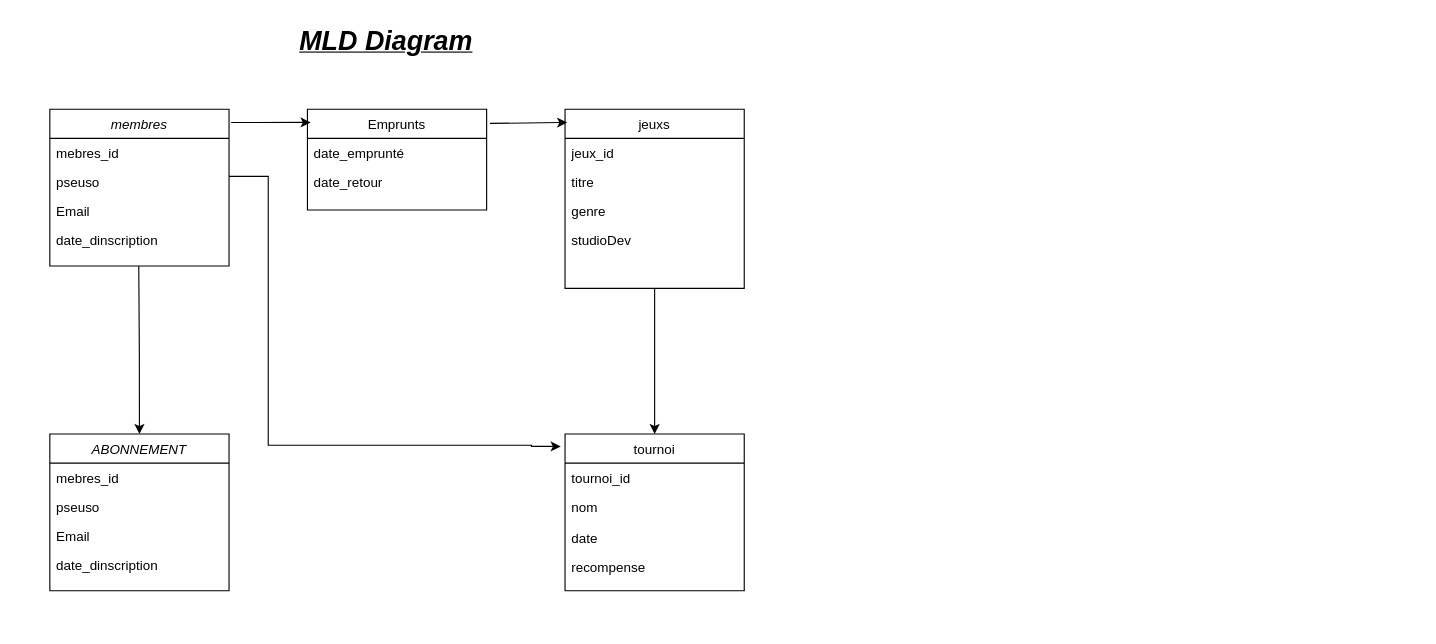
Above: Untitled Diagram.drawio in hamza-saaf/Brief_7_Gestion_Club_de_Jeux_Vid-o (draw.io), before the change. Source tidied: cells renumbered, new cells numbered last; positions are measured from the earlier drawing's top-left corner, leaving out a move shared by most shapes. Both pictures are drawn from the tidied source at 112%, with x=0, y=0 at pixel (49, 19).
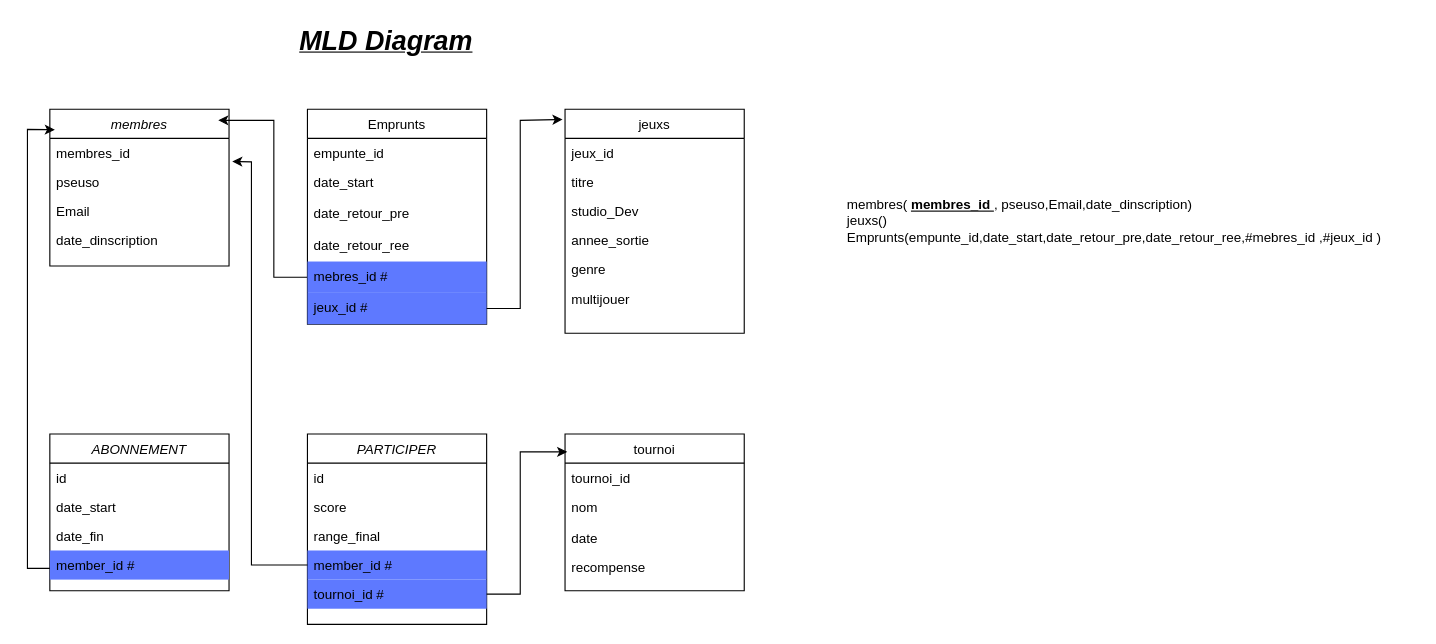
Above is the later version.

Unchanged cells that the change refers to:
```xml
<mxCell id="2" value="membres" style="swimlane;fontStyle=2;align=center;verticalAlign=top;horizontal=1;startSize=26;rounded=0;shadow=0;strokeWidth=1;" parent="1" vertex="1">
  <mxGeometry y="80" width="160" height="140" as="geometry" />
</mxCell>
<mxCell id="4" value="pseuso" style="text;align=left;verticalAlign=top;spacingLeft=4;spacingRight=4;overflow=hidden;points=[[0,0.5],[1,0.5]];portConstraint=eastwest;rounded=0;shadow=0;html=0;" parent="2" vertex="1">
  <mxGeometry y="52" width="160" height="26" as="geometry" />
</mxCell>
<mxCell id="7" value="tournoi" style="swimlane;fontStyle=0;align=center;verticalAlign=top;horizontal=1;startSize=26;rounded=0;shadow=0;strokeWidth=1;" parent="1" vertex="1">
  <mxGeometry x="460" y="370" width="160" height="140" as="geometry" />
</mxCell>
<mxCell id="21" value="ABONNEMENT" style="swimlane;fontStyle=2;align=center;verticalAlign=top;horizontal=1;startSize=26;rounded=0;shadow=0;strokeWidth=1;" parent="1" vertex="1">
  <mxGeometry y="370" width="160" height="140" as="geometry" />
</mxCell>
```

The edit, as a diff of the source:
```diff
@@
-    <mxCell id="3" value="mebres_id&#10;" style="text;align=left;verticalAlign=top;spacingLeft=4;spacingRight=4;overflow=hidden;" parent="2" vertex="1">
+    <mxCell id="3" value="membres_id " style="text;align=left;verticalAlign=top;spacingLeft=4;spacingRight=4;overflow=hidden;" parent="2" vertex="1">
       <mxGeometry y="26" width="160" height="26" as="geometry" />
     </mxCell>
@@
-    <mxCell id="12" style="edgeStyle=orthogonalEdgeStyle;rounded=0;jettySize=auto;html=1;exitX=0.5;exitY=1;exitDx=0;exitDy=0;entryX=0.5;entryY=0;entryDx=0;entryDy=0;" parent="1" edge="1" source="13" target="7">
-      <mxGeometry relative="1" as="geometry" />
-    </mxCell>
     <mxCell id="13" value="jeuxs" style="swimlane;fontStyle=0;align=center;verticalAlign=top;horizontal=1;startSize=26;rounded=0;shadow=0;strokeWidth=1;" parent="1" vertex="1">
-      <mxGeometry x="460" y="80" width="160" height="160" as="geometry" />
+      <mxGeometry x="460" y="80" width="160" height="200" as="geometry" />
     </mxCell>
@@
+    <mxCell id="17" value="studio_Dev" style="text;align=left;verticalAlign=top;spacingLeft=4;spacingRight=4;overflow=hidden;rounded=0;shadow=0;html=0;" parent="13" vertex="1">
+      <mxGeometry y="78" width="160" height="26" as="geometry" />
+    </mxCell>
+    <mxCell id="31" value="annee_sortie" style="text;align=left;verticalAlign=top;spacingLeft=4;spacingRight=4;overflow=hidden;rounded=0;shadow=0;html=0;" parent="13" vertex="1">
+      <mxGeometry y="104" width="160" height="26" as="geometry" />
+    </mxCell>
     <mxCell id="16" value="genre" style="text;align=left;verticalAlign=top;spacingLeft=4;spacingRight=4;overflow=hidden;rounded=0;shadow=0;html=0;" parent="13" vertex="1">
-      <mxGeometry y="78" width="160" height="26" as="geometry" />
+      <mxGeometry y="130" width="160" height="26" as="geometry" />
     </mxCell>
-    <mxCell id="17" value="studioDev" style="text;align=left;verticalAlign=top;spacingLeft=4;spacingRight=4;overflow=hidden;rounded=0;shadow=0;html=0;" parent="13" vertex="1">
-      <mxGeometry y="104" width="160" height="26" as="geometry" />
-    </mxCell>
+    <mxCell id="32" value="multijouer" style="text;align=left;verticalAlign=top;spacingLeft=4;spacingRight=4;overflow=hidden;rounded=0;shadow=0;html=0;" parent="13" vertex="1">
+      <mxGeometry y="156" width="160" height="26" as="geometry" />
+    </mxCell>
+    <mxCell id="33" style="edgeStyle=none;rounded=0;jettySize=auto;html=1;exitX=0;exitY=0.5;exitDx=0;exitDy=0;entryX=0.94;entryY=0.071;entryDx=0;entryDy=0;entryPerimeter=0;" parent="1" edge="1" source="36" target="2">
+      <mxGeometry relative="1" as="geometry">
+        <Array as="points">
+          <mxPoint x="200" y="230" />
+          <mxPoint x="200" y="90" />
+        </Array>
+      </mxGeometry>
+    </mxCell>
     <mxCell id="18" value="Emprunts" style="swimlane;fontStyle=0;align=center;verticalAlign=top;horizontal=1;startSize=26;rounded=0;shadow=0;strokeWidth=1;" parent="1" vertex="1">
-      <mxGeometry x="230" y="80" width="160" height="90" as="geometry" />
+      <mxGeometry x="230" y="80" width="160" height="192" as="geometry" />
     </mxCell>
-    <mxCell id="19" value="date_emprunté " style="text;align=left;verticalAlign=top;spacingLeft=4;spacingRight=4;overflow=hidden;" parent="18" vertex="1">
+    <mxCell id="19" value="empunte_id" style="text;align=left;verticalAlign=top;spacingLeft=4;spacingRight=4;overflow=hidden;" parent="18" vertex="1">
       <mxGeometry y="26" width="160" height="26" as="geometry" />
     </mxCell>
-    <mxCell id="20" value="date_retour" style="text;align=left;verticalAlign=top;spacingLeft=4;spacingRight=4;overflow=hidden;rounded=0;shadow=0;html=0;" parent="18" vertex="1">
+    <mxCell id="20" value="date_start" style="text;align=left;verticalAlign=top;spacingLeft=4;spacingRight=4;overflow=hidden;rounded=0;shadow=0;html=0;" parent="18" vertex="1">
       <mxGeometry y="52" width="160" height="28" as="geometry" />
     </mxCell>
+    <mxCell id="34" value="date_retour_pre" style="text;align=left;verticalAlign=top;spacingLeft=4;spacingRight=4;overflow=hidden;rounded=0;shadow=0;html=0;" parent="18" vertex="1">
+      <mxGeometry y="80" width="160" height="28" as="geometry" />
+    </mxCell>
+    <mxCell id="35" value="date_retour_ree" style="text;align=left;verticalAlign=top;spacingLeft=4;spacingRight=4;overflow=hidden;rounded=0;shadow=0;html=0;" parent="18" vertex="1">
+      <mxGeometry y="108" width="160" height="28" as="geometry" />
+    </mxCell>
+    <mxCell id="36" value="mebres_id #" style="text;align=left;verticalAlign=top;spacingLeft=4;spacingRight=4;overflow=hidden;points=[[0,0.5],[1,0.5]];portConstraint=eastwest;rounded=0;shadow=0;html=0;fillColor=#5E79FF;" parent="18" vertex="1">
+      <mxGeometry y="136" width="160" height="28" as="geometry" />
+    </mxCell>
+    <mxCell id="37" value="jeux_id #" style="text;align=left;verticalAlign=top;spacingLeft=4;spacingRight=4;overflow=hidden;points=[[0,0.5],[1,0.5]];portConstraint=eastwest;rounded=0;shadow=0;html=0;fillColor=#5E79FF;" parent="18" vertex="1">
+      <mxGeometry y="164" width="160" height="28" as="geometry" />
+    </mxCell>
@@
-    <mxCell id="22" value="mebres_id&#10;" style="text;align=left;verticalAlign=top;spacingLeft=4;spacingRight=4;overflow=hidden;" parent="21" vertex="1">
+    <mxCell id="22" value="id&#10;" style="text;align=left;verticalAlign=top;spacingLeft=4;spacingRight=4;overflow=hidden;" parent="21" vertex="1">
       <mxGeometry y="26" width="160" height="26" as="geometry" />
     </mxCell>
-    <mxCell id="23" value="pseuso" style="text;align=left;verticalAlign=top;spacingLeft=4;spacingRight=4;overflow=hidden;rounded=0;shadow=0;html=0;" parent="21" vertex="1">
+    <mxCell id="23" value="date_start" style="text;align=left;verticalAlign=top;spacingLeft=4;spacingRight=4;overflow=hidden;rounded=0;shadow=0;html=0;" parent="21" vertex="1">
       <mxGeometry y="52" width="160" height="26" as="geometry" />
     </mxCell>
-    <mxCell id="24" value="Email" style="text;align=left;verticalAlign=top;spacingLeft=4;spacingRight=4;overflow=hidden;rounded=0;shadow=0;html=0;" parent="21" vertex="1">
+    <mxCell id="24" value="date_fin" style="text;align=left;verticalAlign=top;spacingLeft=4;spacingRight=4;overflow=hidden;rounded=0;shadow=0;html=0;" parent="21" vertex="1">
       <mxGeometry y="78" width="160" height="26" as="geometry" />
     </mxCell>
-    <mxCell id="25" value="date_dinscription" style="text;align=left;verticalAlign=top;spacingLeft=4;spacingRight=4;overflow=hidden;rounded=0;shadow=0;html=0;" parent="21" vertex="1">
-      <mxGeometry y="104" width="160" height="24" as="geometry" />
+    <mxCell id="25" value="member_id #" style="text;align=left;verticalAlign=top;spacingLeft=4;spacingRight=4;overflow=hidden;rounded=0;shadow=0;html=0;fillColor=#5E79FF;" parent="21" vertex="1">
+      <mxGeometry y="104" width="160" height="26" as="geometry" />
     </mxCell>
-    <mxCell id="26" style="edgeStyle=orthogonalEdgeStyle;rounded=0;jettySize=auto;html=1;exitX=0.5;exitY=1;exitDx=0;exitDy=0;entryX=0.5;entryY=0;entryDx=0;entryDy=0;" parent="1" edge="1" target="21">
-      <mxGeometry relative="1" as="geometry">
-        <mxPoint x="79.4" y="220" as="sourcePoint" />
-      </mxGeometry>
-    </mxCell>
-    <mxCell id="27" style="edgeStyle=orthogonalEdgeStyle;rounded=0;jettySize=auto;html=1;entryX=-0.024;entryY=0.079;entryDx=0;entryDy=0;entryPerimeter=0;" parent="1" edge="1" target="7">
-      <mxGeometry relative="1" as="geometry">
-        <mxPoint x="160" y="140" as="sourcePoint" />
-        <Array as="points">
-          <mxPoint x="195" y="140" />
-          <mxPoint x="195" y="380" />
-          <mxPoint x="430" y="380" />
-        </Array>
-      </mxGeometry>
-    </mxCell>
-    <mxCell id="28" style="edgeStyle=none;rounded=0;jettySize=auto;html=1;exitX=1.012;exitY=0.085;exitDx=0;exitDy=0;exitPerimeter=0;entryX=0.018;entryY=0.131;entryDx=0;entryDy=0;entryPerimeter=0;" parent="1" edge="1" source="2" target="18">
-      <mxGeometry relative="1" as="geometry" />
-    </mxCell>
-    <mxCell id="29" style="edgeStyle=none;rounded=0;jettySize=auto;html=1;exitX=1.018;exitY=0.141;exitDx=0;exitDy=0;exitPerimeter=0;entryX=0.012;entryY=0.074;entryDx=0;entryDy=0;entryPerimeter=0;" parent="1" edge="1" source="18" target="13">
-      <mxGeometry relative="1" as="geometry" />
-    </mxCell>
@@
+    <mxCell id="38" value="PARTICIPER" style="swimlane;fontStyle=2;align=center;verticalAlign=top;horizontal=1;startSize=26;rounded=0;shadow=0;strokeWidth=1;" parent="1" vertex="1">
+      <mxGeometry x="230" y="370" width="160" height="170" as="geometry" />
+    </mxCell>
+    <mxCell id="39" value="id&#10;" style="text;align=left;verticalAlign=top;spacingLeft=4;spacingRight=4;overflow=hidden;" parent="38" vertex="1">
+      <mxGeometry y="26" width="160" height="26" as="geometry" />
+    </mxCell>
+    <mxCell id="40" value="score " style="text;align=left;verticalAlign=top;spacingLeft=4;spacingRight=4;overflow=hidden;rounded=0;shadow=0;html=0;" parent="38" vertex="1">
+      <mxGeometry y="52" width="160" height="26" as="geometry" />
+    </mxCell>
+    <mxCell id="41" value="range_final" style="text;align=left;verticalAlign=top;spacingLeft=4;spacingRight=4;overflow=hidden;rounded=0;shadow=0;html=0;" parent="38" vertex="1">
+      <mxGeometry y="78" width="160" height="26" as="geometry" />
+    </mxCell>
+    <mxCell id="42" value="member_id #" style="text;align=left;verticalAlign=top;spacingLeft=4;spacingRight=4;overflow=hidden;points=[[0,0.5],[1,0.5]];portConstraint=eastwest;rounded=0;shadow=0;html=0;fillColor=#5E79FF;" parent="38" vertex="1">
+      <mxGeometry y="104" width="160" height="26" as="geometry" />
+    </mxCell>
+    <mxCell id="43" value="tournoi_id #" style="text;align=left;verticalAlign=top;spacingLeft=4;spacingRight=4;overflow=hidden;points=[[0,0.5],[1,0.5]];portConstraint=eastwest;rounded=0;shadow=0;html=0;fillColor=#5E79FF;" parent="38" vertex="1">
+      <mxGeometry y="130" width="160" height="26" as="geometry" />
+    </mxCell>
+    <mxCell id="44" style="edgeStyle=none;rounded=0;jettySize=auto;html=1;entryX=0.012;entryY=0.114;entryDx=0;entryDy=0;entryPerimeter=0;exitX=1;exitY=0.5;exitDx=0;exitDy=0;" parent="1" edge="1" source="43" target="7">
+      <mxGeometry relative="1" as="geometry">
+        <Array as="points">
+          <mxPoint x="420" y="513" />
+          <mxPoint x="420" y="386" />
+        </Array>
+      </mxGeometry>
+    </mxCell>
+    <mxCell id="45" style="edgeStyle=none;rounded=0;jettySize=auto;html=1;exitX=0;exitY=0.5;exitDx=0;exitDy=0;entryX=1.018;entryY=-0.205;entryDx=0;entryDy=0;entryPerimeter=0;" parent="1" edge="1" source="42" target="4">
+      <mxGeometry relative="1" as="geometry">
+        <Array as="points">
+          <mxPoint x="180" y="487" />
+          <mxPoint x="180" y="300" />
+          <mxPoint x="180" y="250" />
+          <mxPoint x="180" y="190" />
+          <mxPoint x="180" y="127" />
+        </Array>
+      </mxGeometry>
+    </mxCell>
+    <mxCell id="46" style="edgeStyle=none;rounded=0;jettySize=auto;html=1;entryX=-0.014;entryY=0.046;entryDx=0;entryDy=0;entryPerimeter=0;exitX=1;exitY=0.5;exitDx=0;exitDy=0;" parent="1" edge="1" source="37" target="13">
+      <mxGeometry relative="1" as="geometry">
+        <Array as="points">
+          <mxPoint x="420" y="258" />
+          <mxPoint x="420" y="90" />
+        </Array>
+      </mxGeometry>
+    </mxCell>
+    <mxCell id="47" style="edgeStyle=none;rounded=0;jettySize=auto;html=1;entryX=0.028;entryY=0.131;entryDx=0;entryDy=0;entryPerimeter=0;" parent="1" edge="1" target="2">
+      <mxGeometry relative="1" as="geometry">
+        <mxPoint y="490" as="sourcePoint" />
+        <Array as="points">
+          <mxPoint x="-20" y="490" />
+          <mxPoint x="-20" y="98" />
+        </Array>
+      </mxGeometry>
+    </mxCell>
+    <mxCell id="48" value="membres( &lt;u&gt;&lt;b&gt;membres_id &lt;/b&gt;&lt;/u&gt;,&amp;nbsp;&lt;span style=&quot;text-wrap-mode: nowrap;&quot;&gt;pseuso,&lt;/span&gt;&lt;span style=&quot;text-wrap-mode: nowrap;&quot;&gt;Email,&lt;/span&gt;&lt;span style=&quot;text-wrap-mode: nowrap;&quot;&gt;date_dinscription&lt;/span&gt;)&lt;div&gt;&lt;span style=&quot;text-align: center; text-wrap-mode: nowrap;&quot;&gt;jeuxs()&lt;/span&gt;&lt;br&gt;&lt;div&gt;&lt;div&gt;Emprunts(&lt;span style=&quot;text-wrap-mode: nowrap; background-color: initial;&quot;&gt;empunte_id,&lt;/span&gt;&lt;span style=&quot;text-wrap-mode: nowrap; background-color: initial;&quot;&gt;date_start,&lt;/span&gt;&lt;span style=&quot;text-wrap-mode: nowrap; background-color: initial;&quot;&gt;date_retour_pre,&lt;/span&gt;&lt;span style=&quot;text-wrap-mode: nowrap; background-color: initial;&quot;&gt;date_retour_ree,#&lt;/span&gt;&lt;span style=&quot;text-wrap-mode: nowrap; background-color: initial;&quot;&gt;mebres_id ,#&lt;/span&gt;&lt;span style=&quot;text-wrap-mode: nowrap; background-color: initial;&quot;&gt;jeux_id &lt;/span&gt;&lt;span style=&quot;background-color: initial;&quot;&gt;)&lt;/span&gt;&lt;/div&gt;&lt;/div&gt;&lt;/div&gt;" style="text;strokeColor=none;align=left;fillColor=none;html=1;verticalAlign=middle;whiteSpace=wrap;rounded=0;" parent="1" vertex="1">
+      <mxGeometry x="710" y="80" width="510" height="200" as="geometry" />
+    </mxCell>
```
